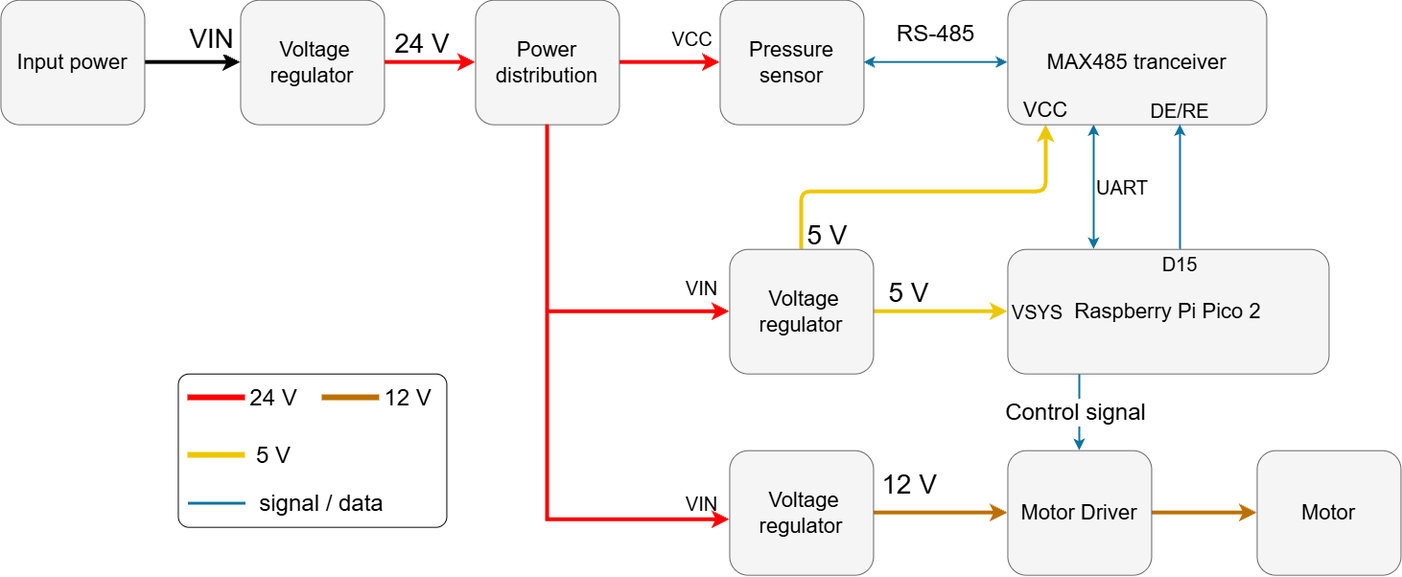
kajava-juri/Arvutite-ja-systeemide-projekt-2026 keeps this draw.io diagram as docs/static/images/block_diagram.drawio.png. Above is the earlier version. Source tidied: cells renumbered, new cells last; positions are measured from the earlier drawing's top-left corner, leaving out a move shared by most shapes.
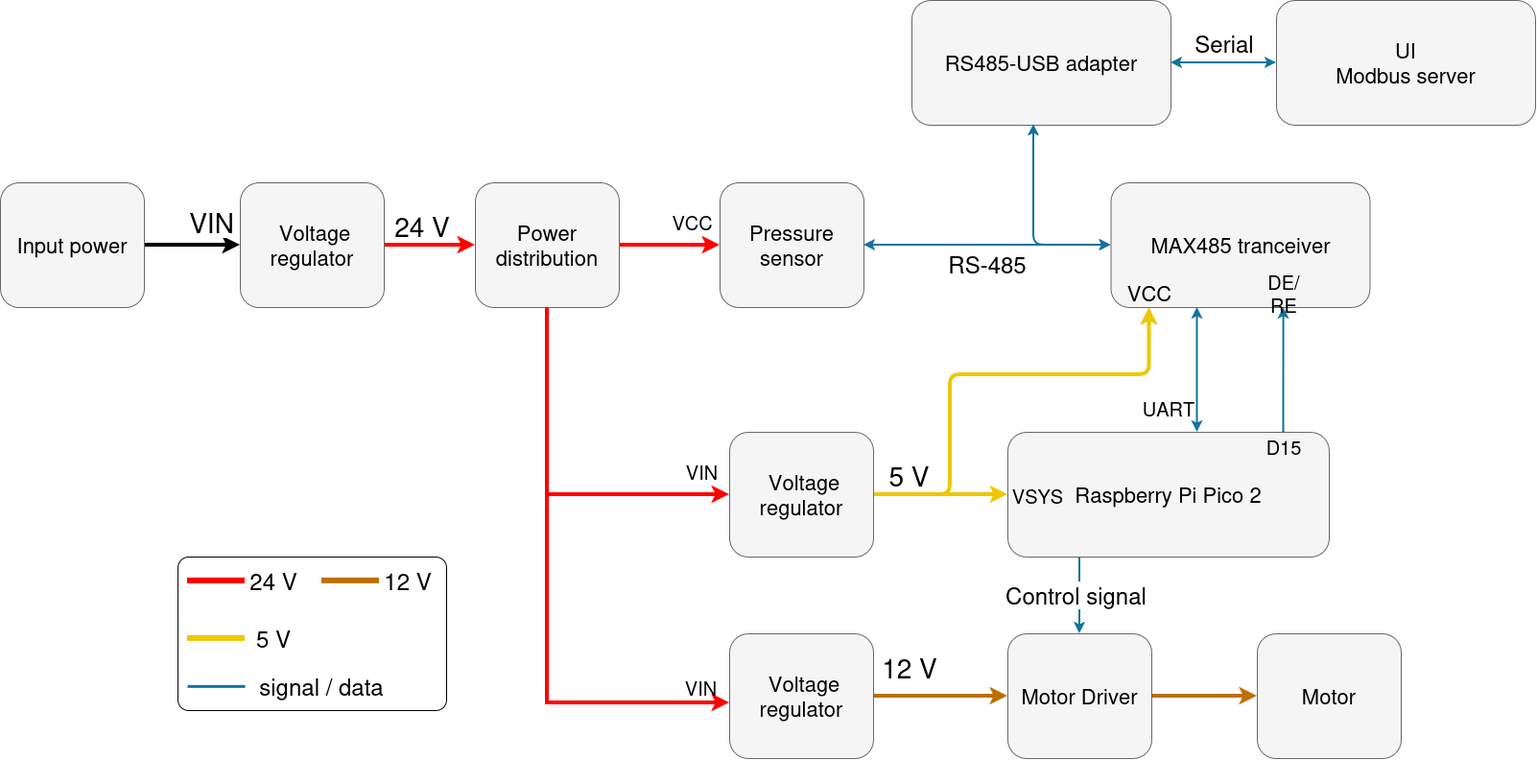
Later version of the same file.

Commit message:
chore: update block diagram image

Change to the diagram source:
```diff
@@ -66,11 +66,12 @@
         <mxPoint x="-7" y="3" as="offset" />
       </mxGeometry>
     </mxCell>
-    <mxCell id="18" style="edgeStyle=orthogonalEdgeStyle;rounded=0;jettySize=auto;html=1;fillColor=#b1ddf0;strokeColor=#10739e;strokeWidth=2;startArrow=classic;startFill=1;" parent="1" edge="1" source="19" target="32">
+    <mxCell id="18" style="edgeStyle=orthogonalEdgeStyle;rounded=0;jettySize=auto;html=1;fillColor=#b1ddf0;strokeColor=#10739e;strokeWidth=2;startArrow=classic;startFill=1;" parent="1" edge="1" target="32">
       <mxGeometry relative="1" as="geometry">
+        <mxPoint x="1247.5" y="260" as="sourcePoint" />
         <Array as="points">
-          <mxPoint x="1140" y="190" />
-          <mxPoint x="1140" y="190" />
+          <mxPoint x="1247.5" y="190" />
+          <mxPoint x="1247.5" y="190" />
         </Array>
       </mxGeometry>
     </mxCell>
@@ -88,11 +89,12 @@
         <mxPoint x="97" y="1" as="offset" />
       </mxGeometry>
     </mxCell>
-    <mxCell id="23" style="edgeStyle=orthogonalEdgeStyle;rounded=1;jettySize=auto;html=1;entryX=0.5;entryY=1;entryDx=0;entryDy=0;strokeColor=#EDC700;strokeWidth=4;align=center;verticalAlign=middle;fontFamily=Helvetica;fontSize=11;fontColor=default;labelBackgroundColor=default;startArrow=none;startFill=0;endArrow=classic;curved=0;fillColor=#e3c800;" parent="1" edge="1" source="24" target="44">
-      <mxGeometry relative="1" as="geometry">
+    <mxCell id="23" style="edgeStyle=orthogonalEdgeStyle;rounded=1;jettySize=auto;html=1;entryX=0.5;entryY=1;entryDx=0;entryDy=0;strokeColor=#EDC700;strokeWidth=4;align=center;verticalAlign=middle;fontFamily=Helvetica;fontSize=11;fontColor=default;labelBackgroundColor=default;startArrow=none;startFill=0;endArrow=classic;curved=0;fillColor=#e3c800;exitX=1;exitY=0.5;exitDx=0;exitDy=0;" parent="1" edge="1" source="24" target="44">
+      <mxGeometry x="0.61" relative="1" as="geometry">
         <Array as="points">
-          <mxPoint x="835" y="200" />
-          <mxPoint x="1090" y="200" />
+          <mxPoint x="990" y="325" />
+          <mxPoint x="990" y="200" />
+          <mxPoint x="1197.5" y="200" />
         </Array>
       </mxGeometry>
     </mxCell>
@@ -123,17 +125,17 @@
     <mxCell id="30" value="&lt;font style=&quot;font-size: 28px;&quot;&gt;12 &lt;/font&gt;&lt;span style=&quot;font-size: 28px; background-color: transparent; color: light-dark(rgb(0, 0, 0), rgb(255, 255, 255));&quot;&gt;V&lt;/span&gt;" style="text;html=1;whiteSpace=wrap;strokeColor=none;fillColor=none;align=center;verticalAlign=middle;rounded=0;" parent="1" vertex="1">
       <mxGeometry x="917.5" y="490" width="60" height="30" as="geometry" />
     </mxCell>
-    <mxCell id="31" style="edgeStyle=orthogonalEdgeStyle;rounded=0;jettySize=auto;html=1;entryX=1;entryY=0.5;entryDx=0;entryDy=0;strokeWidth=2;fillColor=#b1ddf0;strokeColor=#10739e;startArrow=classic;startFill=1;" parent="1" edge="1" source="32" target="4">
+    <mxCell id="31" style="edgeStyle=orthogonalEdgeStyle;rounded=0;jettySize=auto;html=1;strokeWidth=2;fillColor=#b1ddf0;strokeColor=#10739e;startArrow=classic;startFill=1;" parent="1" edge="1" source="32" target="4">
       <mxGeometry relative="1" as="geometry" />
     </mxCell>
     <mxCell id="32" value="&lt;font style=&quot;font-size: 22px;&quot;&gt;MAX485&amp;nbsp;&lt;/font&gt;&lt;span style=&quot;font-size: 22px; background-color: transparent; color: light-dark(rgb(0, 0, 0), rgb(255, 255, 255));&quot;&gt;tranceiver&lt;/span&gt;" style="rounded=1;whiteSpace=wrap;html=1;fillColor=light-dark(#F5F5F5,#4A4A4A);strokeColor=#666666;align=center;verticalAlign=middle;fontFamily=Helvetica;fontSize=12;fontColor=default;gradientColor=none;" parent="1" vertex="1">
-      <mxGeometry x="1050" width="270" height="130" as="geometry" />
+      <mxGeometry x="1157.5" width="270" height="130" as="geometry" />
     </mxCell>
     <mxCell id="33" value="&lt;font style=&quot;font-size: 20px;&quot;&gt;UART&lt;/font&gt;" style="text;html=1;whiteSpace=wrap;strokeColor=none;fillColor=none;align=center;verticalAlign=middle;rounded=0;" parent="1" vertex="1">
-      <mxGeometry x="1140" y="180" width="60" height="30" as="geometry" />
+      <mxGeometry x="1187.5" y="220" width="60" height="30" as="geometry" />
     </mxCell>
     <mxCell id="34" value="&lt;font style=&quot;font-size: 24px;&quot;&gt;RS-485&lt;/font&gt;" style="text;html=1;whiteSpace=wrap;strokeColor=none;fillColor=none;align=center;verticalAlign=middle;rounded=0;" parent="1" vertex="1">
-      <mxGeometry x="919" y="20" width="112.5" height="30" as="geometry" />
+      <mxGeometry x="973" y="70" width="112.5" height="30" as="geometry" />
     </mxCell>
     <mxCell id="35" style="rounded=1;whiteSpace=wrap;html=1;fillColor=none;arcSize=7;" parent="1" vertex="1">
       <mxGeometry x="185" y="390" width="280" height="160" as="geometry" />
@@ -175,24 +177,37 @@
       <mxGeometry x="245" y="510" width="180" height="30" as="geometry" />
     </mxCell>
     <mxCell id="44" value="&lt;font style=&quot;font-size: 22px;&quot;&gt;VCC&lt;/font&gt;" style="text;html=1;whiteSpace=wrap;strokeColor=none;fillColor=none;align=center;verticalAlign=middle;rounded=0;" parent="1" vertex="1">
-      <mxGeometry x="1060" y="100" width="60" height="30" as="geometry" />
+      <mxGeometry x="1167.5" y="100" width="60" height="30" as="geometry" />
     </mxCell>
-    <mxCell id="45" style="edgeStyle=orthogonalEdgeStyle;rounded=0;jettySize=auto;html=1;entryX=0.667;entryY=1;entryDx=0;entryDy=0;entryPerimeter=0;strokeColor=#10739E;strokeWidth=2;" parent="1" edge="1" source="19" target="32">
+    <mxCell id="45" style="edgeStyle=orthogonalEdgeStyle;rounded=0;jettySize=auto;html=1;entryX=0.667;entryY=1;entryDx=0;entryDy=0;entryPerimeter=0;strokeColor=#10739E;strokeWidth=2;" parent="1" edge="1" target="32">
       <mxGeometry relative="1" as="geometry">
+        <mxPoint x="1337.5" y="260" as="sourcePoint" />
         <Array as="points">
-          <mxPoint x="1230" y="220" />
-          <mxPoint x="1230" y="220" />
+          <mxPoint x="1337.5" y="220" />
+          <mxPoint x="1337.5" y="220" />
         </Array>
       </mxGeometry>
     </mxCell>
     <mxCell id="46" value="&lt;font style=&quot;font-size: 20px;&quot;&gt;DE/RE&lt;/font&gt;" style="text;html=1;whiteSpace=wrap;strokeColor=none;fillColor=none;align=center;verticalAlign=middle;rounded=0;" parent="1" vertex="1">
-      <mxGeometry x="1200" y="100" width="60" height="30" as="geometry" />
+      <mxGeometry x="1307.5" y="100" width="60" height="30" as="geometry" />
     </mxCell>
     <mxCell id="47" value="&lt;span style=&quot;font-size: 20px;&quot;&gt;D15&lt;/span&gt;" style="text;html=1;whiteSpace=wrap;strokeColor=none;fillColor=none;align=center;verticalAlign=middle;rounded=0;" parent="1" vertex="1">
-      <mxGeometry x="1200" y="260" width="60" height="30" as="geometry" />
+      <mxGeometry x="1307.5" y="260" width="60" height="30" as="geometry" />
     </mxCell>
-    <mxCell id="48" value="&lt;font style=&quot;font-size: 28px;&quot;&gt;5 V&lt;/font&gt;" style="text;html=1;whiteSpace=wrap;strokeColor=none;fillColor=none;align=center;verticalAlign=middle;rounded=0;" parent="1" vertex="1">
-      <mxGeometry x="815" y="230" width="95" height="30" as="geometry" />
-    </mxCell>
+    <mxCell id="49" style="edgeStyle=orthogonalEdgeStyle;shape=connector;curved=0;rounded=1;jettySize=auto;html=1;entryX=0;entryY=0.5;entryDx=0;entryDy=0;strokeColor=#10739e;strokeWidth=2;align=center;verticalAlign=middle;fontFamily=Helvetica;fontSize=11;fontColor=default;labelBackgroundColor=default;endArrow=classic;fillColor=#b1ddf0;startArrow=classic;startFill=1;" parent="1" edge="1" source="50" target="52">
+      <mxGeometry relative="1" as="geometry" />
+    </mxCell>
+    <mxCell id="50" value="&lt;span style=&quot;font-size: 22px;&quot;&gt;RS485-USB adapter&lt;/span&gt;" style="rounded=1;whiteSpace=wrap;html=1;fillColor=light-dark(#F5F5F5,#4A4A4A);strokeColor=#666666;align=center;verticalAlign=middle;fontFamily=Helvetica;fontSize=12;fontColor=default;gradientColor=none;" parent="1" vertex="1">
+      <mxGeometry x="950" y="-190" width="270" height="130" as="geometry" />
+    </mxCell>
+    <mxCell id="51" style="edgeStyle=orthogonalEdgeStyle;rounded=1;jettySize=auto;html=1;strokeWidth=2;fillColor=#b1ddf0;strokeColor=#10739e;startArrow=classic;startFill=1;entryX=0.47;entryY=0.995;entryDx=0;entryDy=0;entryPerimeter=0;exitX=0;exitY=0.5;exitDx=0;exitDy=0;curved=0;" parent="1" edge="1" source="32" target="50">
+      <mxGeometry x="-0.09" relative="1" as="geometry" />
+    </mxCell>
+    <mxCell id="52" value="&lt;div&gt;&lt;span style=&quot;font-size: 22px;&quot;&gt;UI&lt;/span&gt;&lt;/div&gt;&lt;span style=&quot;font-size: 22px;&quot;&gt;Modbus server&lt;/span&gt;" style="rounded=1;whiteSpace=wrap;html=1;fillColor=light-dark(#F5F5F5,#4A4A4A);strokeColor=#666666;align=center;verticalAlign=middle;fontFamily=Helvetica;fontSize=12;fontColor=default;gradientColor=none;" parent="1" vertex="1">
+      <mxGeometry x="1330" y="-190" width="270" height="130" as="geometry" />
+    </mxCell>
+    <mxCell id="53" value="&lt;font style=&quot;font-size: 24px;&quot;&gt;Serial&lt;/font&gt;" style="text;html=1;whiteSpace=wrap;strokeColor=none;fillColor=none;align=center;verticalAlign=middle;rounded=0;" parent="1" vertex="1">
+      <mxGeometry x="1220" y="-160" width="112.5" height="30" as="geometry" />
+    </mxCell>
   </root>
 </mxGraphModel>
```
